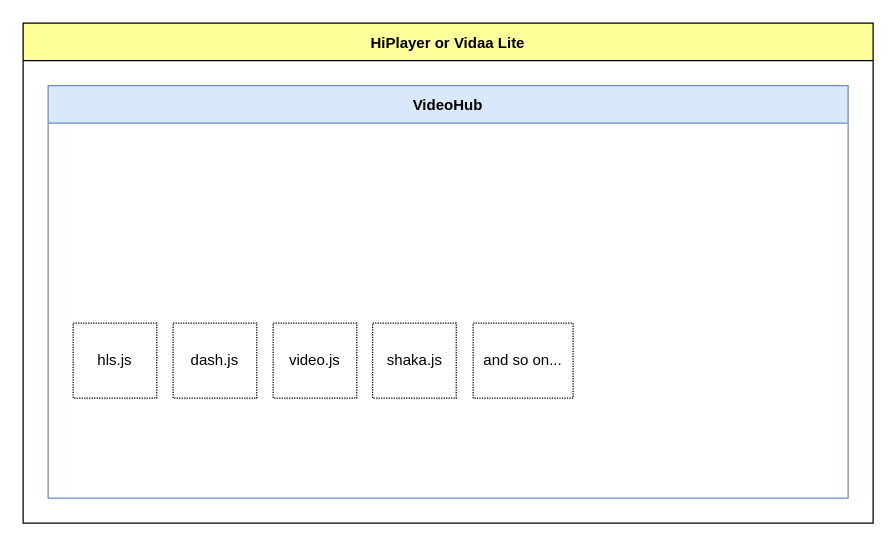
LeeDebug/drawio keeps this draw.io diagram as page "每一层结构" (4 of 4) of VideoHub_SDK.drawio. Above is the earlier version. Source tidied: cells renumbered, new cells numbered last; positions are measured from the earlier drawing's top-left corner, leaving out a move shared by most shapes. Both pictures are drawn from the tidied source at 125%, with x=0, y=0 at pixel (22, 22).
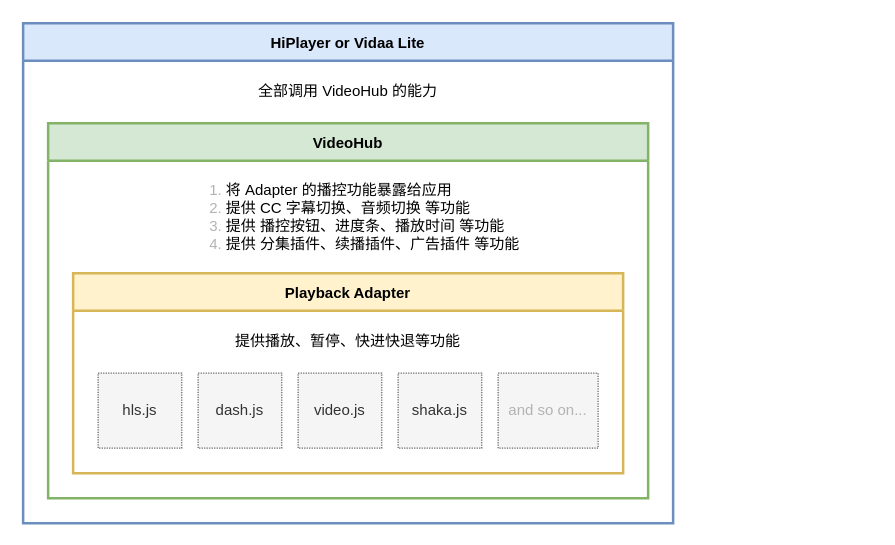
Above is the later version.

Change to the diagram source:
```diff
@@
 <mxGraphModel>
   <root>
     <mxCell id="0" />
     <mxCell id="1" parent="0" />
-    <mxCell id="2" value="HiPlayer or Vidaa Lite" style="swimlane;labelBackgroundColor=none;fontColor=default;swimlaneFillColor=none;fillColor=#FFFF99;startSize=30;" parent="1" vertex="1">
-      <mxGeometry width="680" height="400" as="geometry" />
+    <mxCell id="2" value="HiPlayer or Vidaa Lite" style="swimlane;labelBackgroundColor=none;swimlaneFillColor=none;fillColor=#dae8fc;startSize=30;strokeColor=#6c8ebf;strokeWidth=2;" parent="1" vertex="1">
+      <mxGeometry width="520" height="400" as="geometry" />
     </mxCell>
-    <mxCell id="3" value="VideoHub" style="swimlane;startSize=30;fillColor=#dae8fc;strokeColor=#6c8ebf;" parent="2" vertex="1">
-      <mxGeometry x="20" y="50" width="640" height="330" as="geometry" />
+    <mxCell id="3" value="VideoHub" style="swimlane;startSize=30;fillColor=#d5e8d4;strokeColor=#82b366;strokeWidth=2;" parent="2" vertex="1">
+      <mxGeometry x="20" y="80" width="480" height="300" as="geometry" />
     </mxCell>
+    <mxCell id="9" value="Playback Adapter" style="swimlane;startSize=30;fillColor=#fff2cc;strokeColor=#d6b656;strokeWidth=2;" parent="3" vertex="1">
+      <mxGeometry x="20" y="120" width="440" height="160" as="geometry" />
+    </mxCell>
-    <mxCell id="4" value="hls.js" style="rounded=0;whiteSpace=wrap;html=1;fillColor=none;dashed=1;dashPattern=1 1;" parent="3" vertex="1">
-      <mxGeometry x="20" y="190" width="66.9" height="60" as="geometry" />
+    <mxCell id="4" value="hls.js" style="rounded=0;whiteSpace=wrap;html=1;fillColor=#f5f5f5;dashed=1;dashPattern=1 1;fontColor=#333333;strokeColor=#666666;" parent="9" vertex="1">
+      <mxGeometry x="20" y="80" width="66.9" height="60" as="geometry" />
     </mxCell>
-    <mxCell id="5" value="dash.js" style="rounded=0;whiteSpace=wrap;html=1;fillColor=none;dashed=1;dashPattern=1 1;" parent="3" vertex="1">
-      <mxGeometry x="100" y="190" width="66.9" height="60" as="geometry" />
+    <mxCell id="5" value="dash.js" style="rounded=0;whiteSpace=wrap;html=1;fillColor=#f5f5f5;dashed=1;dashPattern=1 1;fontColor=#333333;strokeColor=#666666;" parent="9" vertex="1">
+      <mxGeometry x="100" y="80" width="66.9" height="60" as="geometry" />
     </mxCell>
-    <mxCell id="6" value="video.js" style="rounded=0;whiteSpace=wrap;html=1;fillColor=none;dashed=1;dashPattern=1 1;" parent="3" vertex="1">
-      <mxGeometry x="180" y="190" width="66.9" height="60" as="geometry" />
+    <mxCell id="6" value="video.js" style="rounded=0;whiteSpace=wrap;html=1;fillColor=#f5f5f5;dashed=1;dashPattern=1 1;fontColor=#333333;strokeColor=#666666;" parent="9" vertex="1">
+      <mxGeometry x="180" y="80" width="66.9" height="60" as="geometry" />
     </mxCell>
-    <mxCell id="7" value="shaka.js" style="rounded=0;whiteSpace=wrap;html=1;fillColor=none;dashed=1;dashPattern=1 1;" parent="3" vertex="1">
-      <mxGeometry x="259.6" y="190" width="66.9" height="60" as="geometry" />
+    <mxCell id="7" value="shaka.js" style="rounded=0;whiteSpace=wrap;html=1;fillColor=#f5f5f5;dashed=1;dashPattern=1 1;fontColor=#333333;strokeColor=#666666;" parent="9" vertex="1">
+      <mxGeometry x="260" y="80" width="66.9" height="60" as="geometry" />
     </mxCell>
-    <mxCell id="8" value="and so on..." style="rounded=0;whiteSpace=wrap;html=1;fillColor=none;dashed=1;dashPattern=1 1;" parent="3" vertex="1">
-      <mxGeometry x="340" y="190" width="80" height="60" as="geometry" />
+    <mxCell id="8" value="&lt;font color=&quot;#b3b3b3&quot;&gt;and so on...&lt;/font&gt;" style="rounded=0;whiteSpace=wrap;html=1;fillColor=#f5f5f5;dashed=1;dashPattern=1 1;fontColor=#333333;strokeColor=#666666;" parent="9" vertex="1">
+      <mxGeometry x="340" y="80" width="80" height="60" as="geometry" />
     </mxCell>
+    <mxCell id="10" value="&lt;font color=&quot;#000000&quot; style=&quot;font-size: 12px;&quot;&gt;提供播放、暂停、快进快退等功能&lt;/font&gt;" style="text;html=1;strokeColor=none;fillColor=none;align=center;verticalAlign=middle;whiteSpace=wrap;rounded=0;fontColor=#B3B3B3;labelBorderColor=none;fontSize=12;labelBackgroundColor=default;" parent="9" vertex="1">
+      <mxGeometry x="20" y="40" width="400" height="30" as="geometry" />
+    </mxCell>
+    <mxCell id="11" value="&lt;div style=&quot;text-align: left;&quot;&gt;&lt;ol&gt;&lt;li&gt;&lt;span style=&quot;background-color: initial;&quot;&gt;&lt;font color=&quot;#000000&quot;&gt;将 Adapter 的播控功能暴露给应用&lt;/font&gt;&lt;/span&gt;&lt;/li&gt;&lt;li&gt;&lt;span style=&quot;background-color: initial;&quot;&gt;&lt;font color=&quot;#000000&quot;&gt;提供 CC 字幕切换、音频切换 等功能&lt;/font&gt;&lt;/span&gt;&lt;/li&gt;&lt;li&gt;&lt;span style=&quot;background-color: initial;&quot;&gt;&lt;font color=&quot;#000000&quot;&gt;提供 播控按钮、进度条、播放时间 等功能&lt;/font&gt;&lt;/span&gt;&lt;/li&gt;&lt;li&gt;&lt;span style=&quot;background-color: initial;&quot;&gt;&lt;font color=&quot;#000000&quot;&gt;提供 分集插件、续播插件、广告插件 等功能&lt;/font&gt;&lt;/span&gt;&lt;/li&gt;&lt;/ol&gt;&lt;/div&gt;" style="text;html=1;strokeColor=none;fillColor=none;align=center;verticalAlign=middle;whiteSpace=wrap;rounded=0;fontColor=#B3B3B3;" parent="3" vertex="1">
+      <mxGeometry x="20" y="40" width="440" height="70" as="geometry" />
+    </mxCell>
+    <mxCell id="12" value="&lt;font color=&quot;#000000&quot; style=&quot;font-size: 12px;&quot;&gt;全部调用 VideoHub 的能力&lt;/font&gt;" style="text;html=1;strokeColor=none;fillColor=none;align=center;verticalAlign=middle;whiteSpace=wrap;rounded=0;fontColor=#B3B3B3;labelBorderColor=none;fontSize=12;labelBackgroundColor=default;" parent="2" vertex="1">
+      <mxGeometry x="20" y="40" width="480" height="30" as="geometry" />
+    </mxCell>
   </root>
 </mxGraphModel>
```
